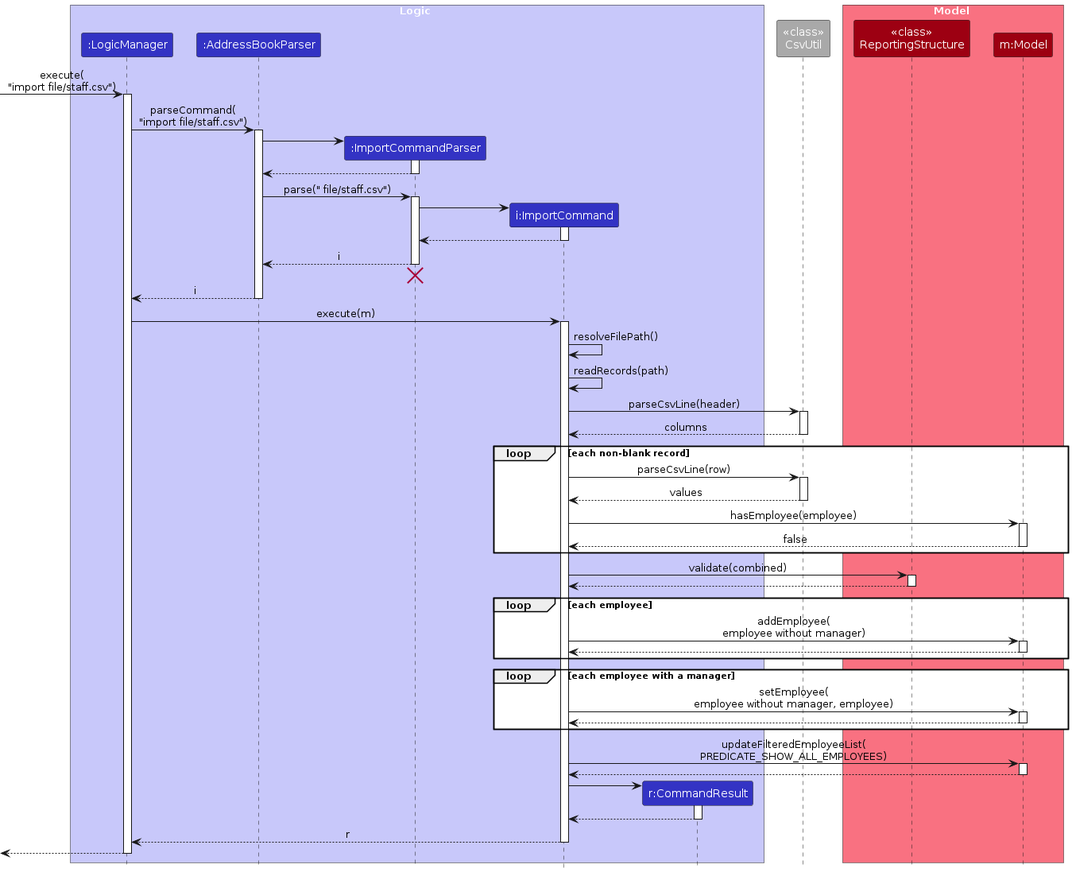
The PlantUML diagram diagrams/ImportSequenceDiagram.png in AY2627S1-CS2103T-W10-4/tp, before a commit. Its source is kept beside it as diagrams/ImportSequenceDiagram.puml.
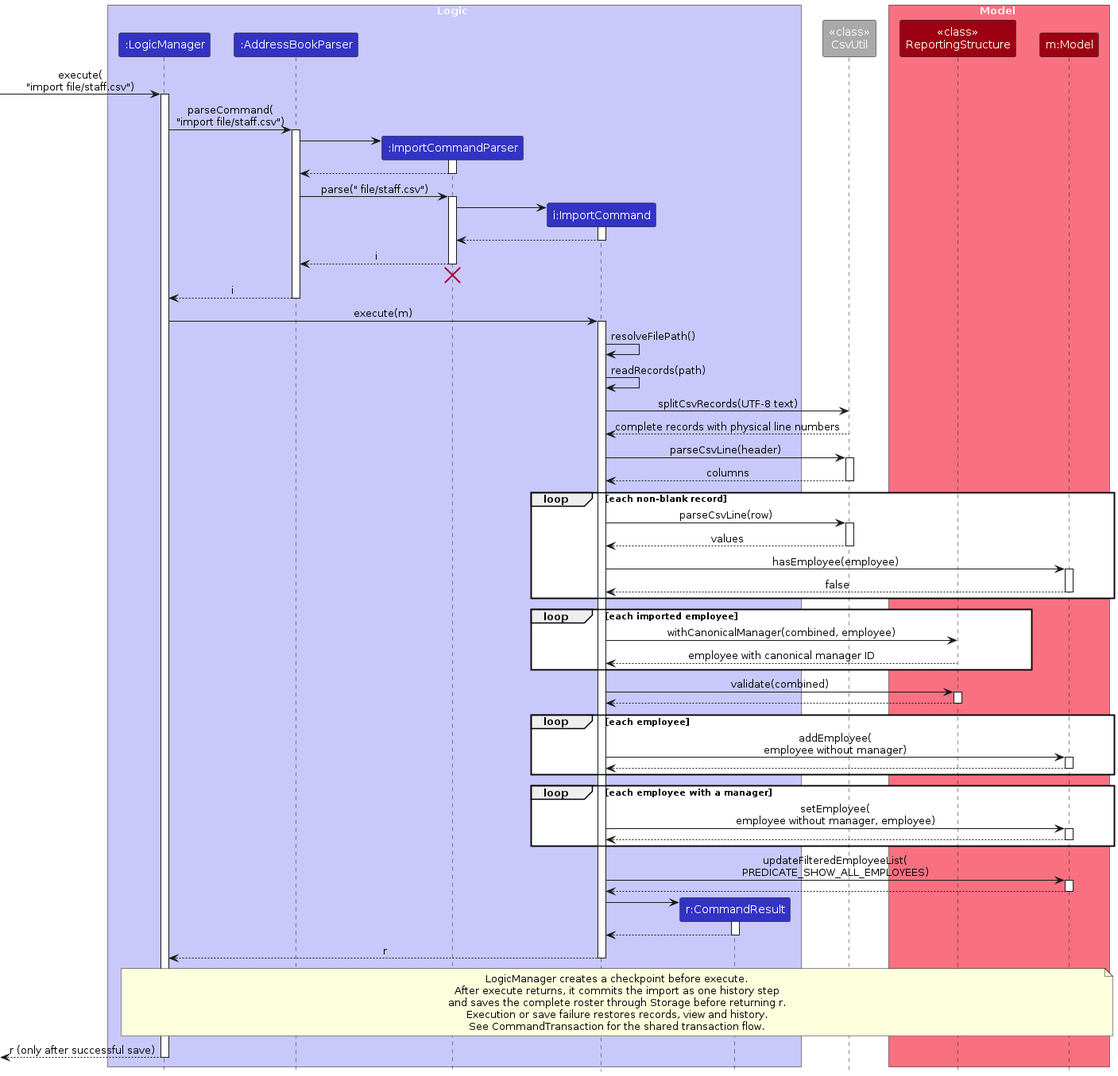
After the commit.

What changed in the source:
```diff
@@ -51,6 +51,8 @@
 
 ImportCommand -> ImportCommand : resolveFilePath()
 ImportCommand -> ImportCommand : readRecords(path)
+ImportCommand -> CsvUtil : splitCsvRecords(UTF-8 text)
+CsvUtil --> ImportCommand : complete records with physical line numbers
 
 ImportCommand -> CsvUtil : parseCsvLine(header)
 activate CsvUtil
@@ -67,6 +69,11 @@
     activate Model
     Model --> ImportCommand : false
     deactivate Model
+end
+
+loop each imported employee
+    ImportCommand -> ReportingStructure : withCanonicalManager(combined, employee)
+    ReportingStructure --> ImportCommand : employee with canonical manager ID
 end
 
 ImportCommand -> ReportingStructure : validate(combined)
@@ -102,6 +109,14 @@
 ImportCommand --> LogicManager : r
 deactivate ImportCommand
 
-[<-- LogicManager
+note over LogicManager, Model
+LogicManager creates a checkpoint before execute.
+After execute returns, it commits the import as one history step
+and saves the complete roster through Storage before returning r.
+Execution or save failure restores records, view and history.
+See CommandTransaction for the shared transaction flow.
+end note
+
+[<-- LogicManager : r (only after successful save)
 deactivate LogicManager
 @enduml
```
